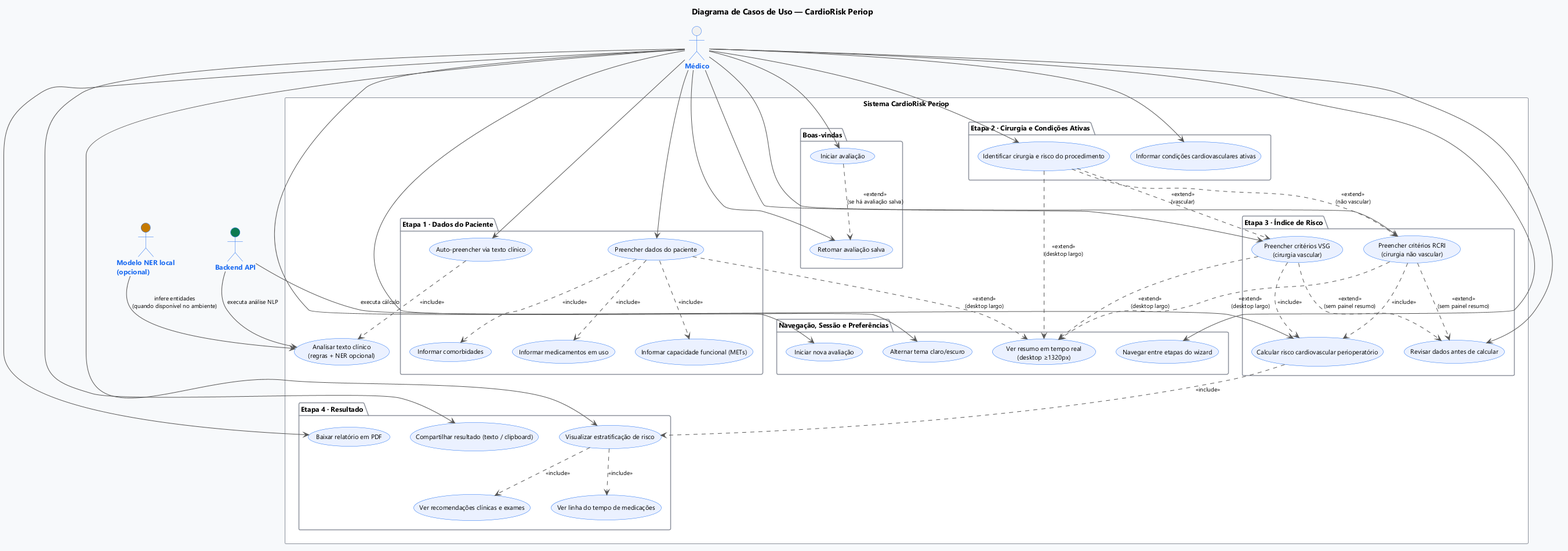
The PlantUML diagram diagramas/use_case.png in GustavoFrossard/Cardio-Risk-Calc, before a commit.
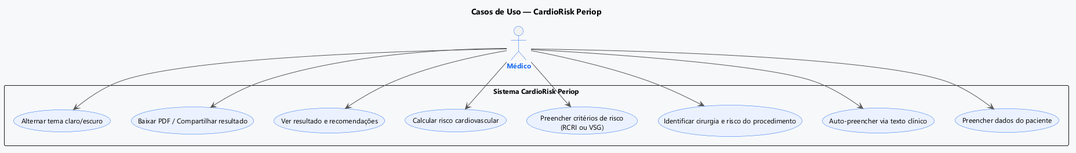
Above is the later version.

What changed in the source:
```diff
@@ -1,5 +1,5 @@
 @startuml CardioRisk_CasosDeUso
-title Diagrama de Casos de Uso — CardioRisk Periop
+title Casos de Uso — CardioRisk Periop
 
 skinparam backgroundColor #F7F8FA
 skinparam defaultFontName Segoe UI
@@ -14,110 +14,31 @@
 skinparam usecase {
   BorderColor       #1A6BF0
   BackgroundColor   #EBF1FE
-  FontSize          11
-}
-
-skinparam package {
-  BorderColor       #8B909A
-  BackgroundColor   #FFFFFF
-  FontStyle         bold
+  FontSize          12
 }
 
 skinparam ArrowColor  #555555
-skinparam ArrowFontSize 10
 
-actor "Médico"      as medico
-actor "Backend API" as api   #0E7B52
-actor "Modelo NER local\n(opcional)" as ner   #C47A00
+actor "Médico" as medico
 
 rectangle "Sistema CardioRisk Periop" {
-
-  package "Boas-vindas" {
-    usecase "Iniciar avaliação"                          as UC0
-    usecase "Retomar avaliação salva"                    as UCN2
-  }
-
-  package "Etapa 1 · Dados do Paciente" {
-    usecase "Preencher dados do paciente"               as UC1
-    usecase "Informar comorbidades"                     as UC1a
-    usecase "Informar medicamentos em uso"               as UC1b
-    usecase "Informar capacidade funcional (METs)"       as UC1c
-    usecase "Auto-preencher via texto clínico"           as UC2
-  }
-
-  package "Etapa 2 · Cirurgia e Condições Ativas" {
-    usecase "Identificar cirurgia e risco do procedimento"  as UC3
-    usecase "Informar condições cardiovasculares ativas"    as UC4
-  }
-
-  package "Etapa 3 · Índice de Risco" {
-    usecase "Preencher critérios RCRI\n(cirurgia não vascular)"  as UC5a
-    usecase "Preencher critérios VSG\n(cirurgia vascular)"       as UC5b
-    usecase "Revisar dados antes de calcular"                     as UC5c
-    usecase "Calcular risco cardiovascular perioperatório"        as UC6
-  }
-
-  package "Etapa 4 · Resultado" {
-    usecase "Visualizar estratificação de risco"             as UC7
-    usecase "Ver recomendações clínicas e exames"            as UC8
-    usecase "Ver linha do tempo de medicações"                as UC9
-    usecase "Baixar relatório em PDF"                        as UC10
-    usecase "Compartilhar resultado (texto / clipboard)"     as UC11
-  }
-
-  package "Navegação, Sessão e Preferências" {
-    usecase "Navegar entre etapas do wizard"  as UCN1
-    usecase "Iniciar nova avaliação"          as UCN3
-    usecase "Alternar tema claro/escuro"      as UCN4
-    usecase "Ver resumo em tempo real\n(desktop ≥1320px)" as UCN5
-  }
-
-  usecase "Analisar texto clínico\n(regras + NER opcional)" as UCNLP
-
+  usecase "Preencher dados do paciente"                  as UC1
+  usecase "Auto-preencher via texto clínico"              as UC2
+  usecase "Identificar cirurgia e risco do procedimento"  as UC3
+  usecase "Preencher critérios de risco\n(RCRI ou VSG)"   as UC4
+  usecase "Calcular risco cardiovascular"                 as UC5
+  usecase "Ver resultado e recomendações"                 as UC6
+  usecase "Baixar PDF / Compartilhar resultado"           as UC7
+  usecase "Alternar tema claro/escuro"                    as UC8
 }
 
-medico --> UC0
 medico --> UC1
 medico --> UC2
 medico --> UC3
 medico --> UC4
-medico --> UC5a
-medico --> UC5b
-medico --> UC5c
+medico --> UC5
+medico --> UC6
 medico --> UC7
-medico --> UC10
-medico --> UC11
-medico --> UCN1
-medico --> UCN2
-medico --> UCN3
-medico --> UCN4
-
-UC0  ..> UCN2   : <<extend>>\n(se há avaliação salva)
-
-UC1  ..> UC1a   : <<include>>
-UC1  ..> UC1b   : <<include>>
-UC1  ..> UC1c   : <<include>>
-UC2  ..> UCNLP  : <<include>>
-
-UC3  ..> UC5a   : <<extend>>\n(não vascular)
-UC3  ..> UC5b   : <<extend>>\n(vascular)
-
-UC5a ..> UC6    : <<include>>
-UC5b ..> UC6    : <<include>>
-UC5a ..> UC5c   : <<extend>>\n(sem painel resumo)
-UC5b ..> UC5c   : <<extend>>\n(sem painel resumo)
-
-UC6  ..> UC7    : <<include>>
-UC7  ..> UC8    : <<include>>
-UC7  ..> UC9    : <<include>>
-
-UC1  ..> UCN5   : <<extend>>\n(desktop largo)
-UC3  ..> UCN5   : <<extend>>\n(desktop largo)
-UC5a ..> UCN5   : <<extend>>\n(desktop largo)
-UC5b ..> UCN5   : <<extend>>\n(desktop largo)
-
-api --> UC6    : executa cálculo
-api --> UCNLP  : executa análise NLP
-ner --> UCNLP  : infere entidades\n(quando disponível no ambiente)
+medico --> UC8
 
 @enduml
```
